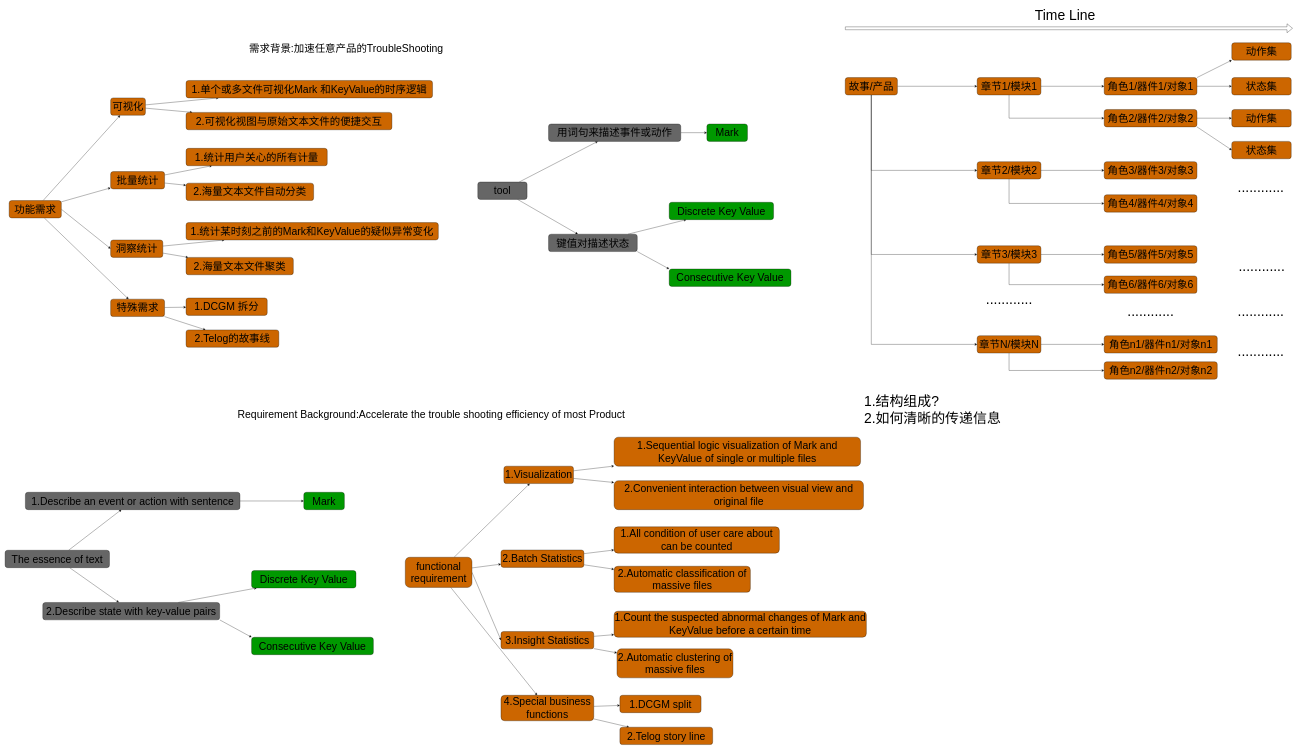
dj-lei/eric_toolsets keeps this draw.io diagram as page "Demand" (1 of 6) of requirement_analysis.drawio. Above is the earlier version. Source tidied: cells renumbered, new cells numbered last; positions are measured from the earlier drawing's top-left corner, leaving out a move shared by most shapes. Both pictures are drawn from the tidied source at 29%, with x=0, y=0 at pixel (5, 5).
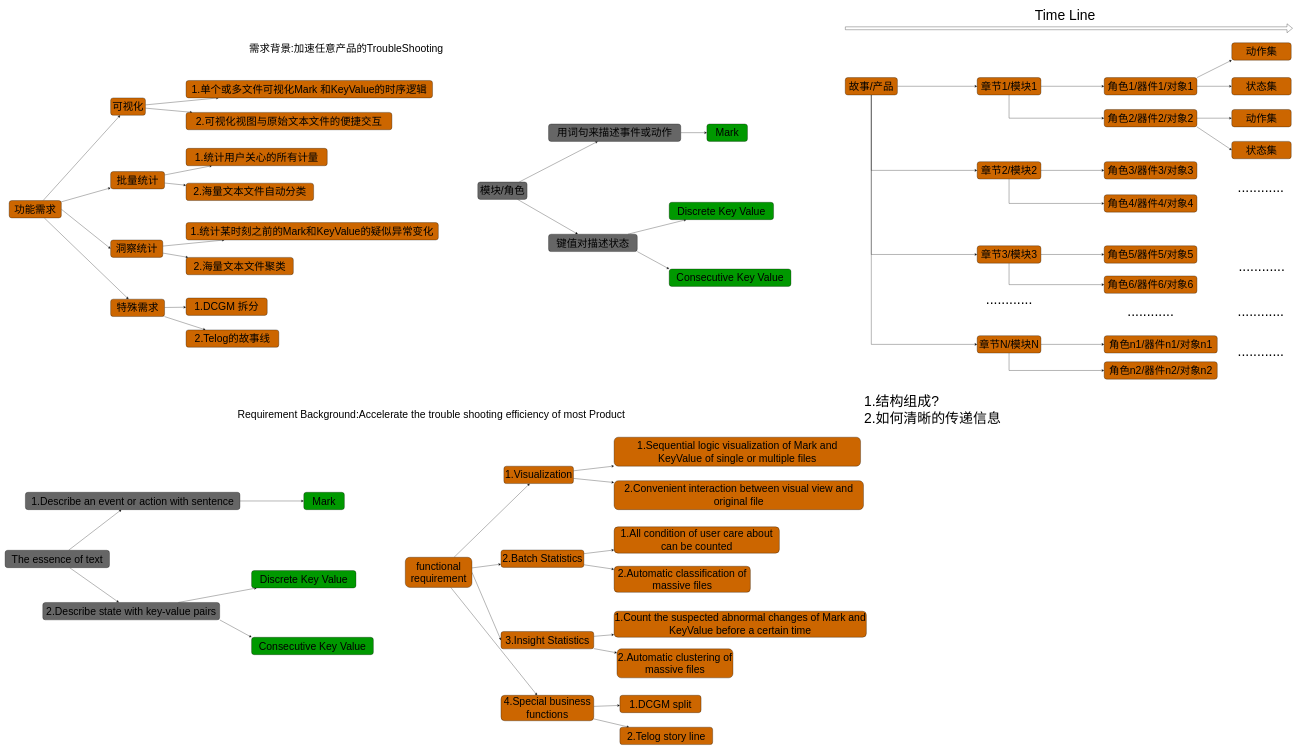
After the change.

Diff of the diagram source:
```diff
@@
-    <mxCell id="30" value="tool" style="rounded=1;whiteSpace=wrap;html=1;fontSize=36;fillColor=#666666;" parent="1" vertex="1">
+    <mxCell id="30" value="模块/角色" style="rounded=1;whiteSpace=wrap;html=1;fontSize=36;fillColor=#666666;" parent="1" vertex="1">
       <mxGeometry x="1630" y="610" width="170" height="60" as="geometry" />
     </mxCell>
```
